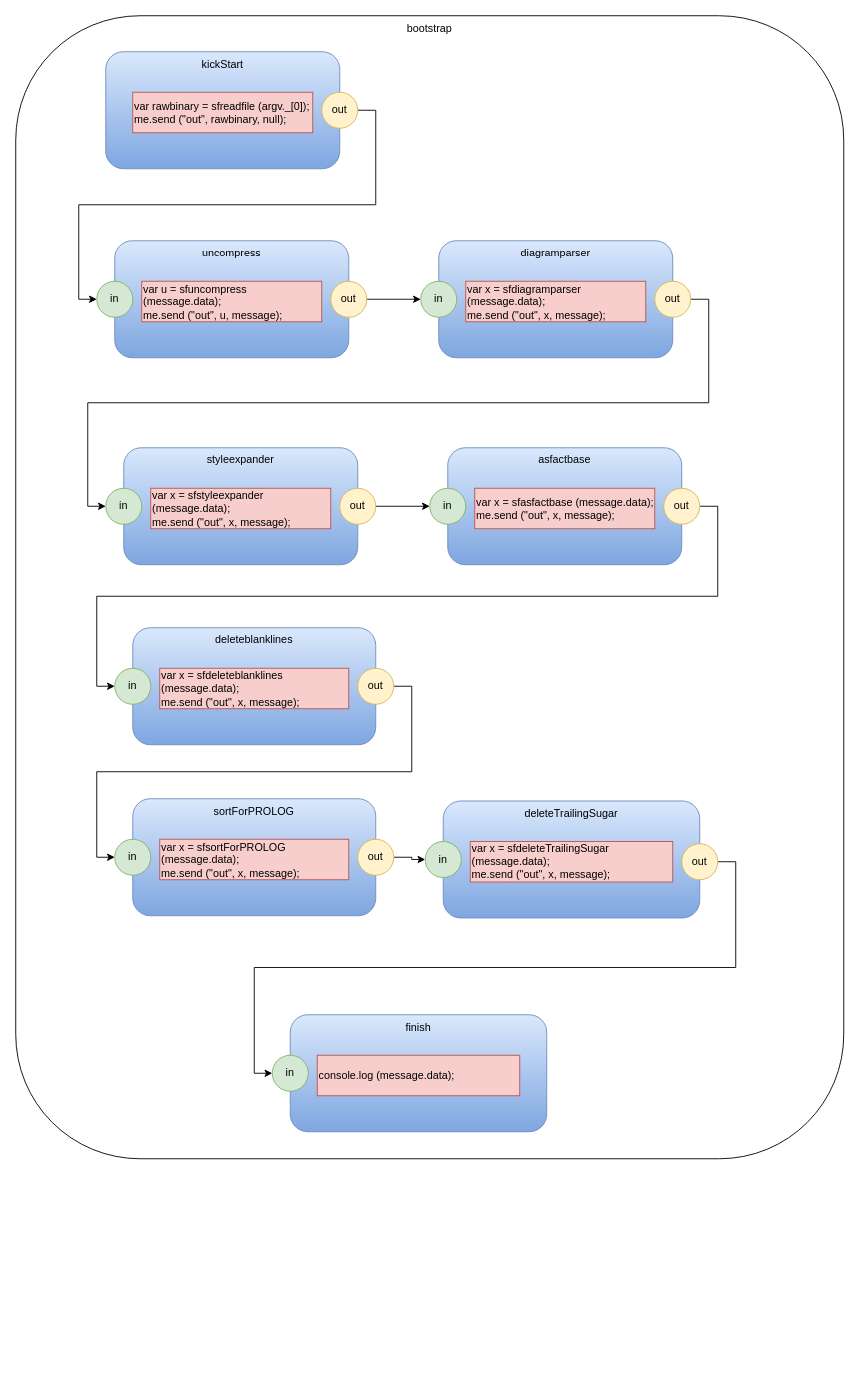
This is d2fb/d2f.drawio from guitarvydas/bootstrap, a draw.io file, before an edit. Source tidied: cells renumbered, new cells numbered last; positions are measured from the earlier drawing's top-left corner, leaving out a move shared by most shapes. Both pictures are drawn from the tidied source at 90%, with x=0, y=0 at pixel (15, 15).
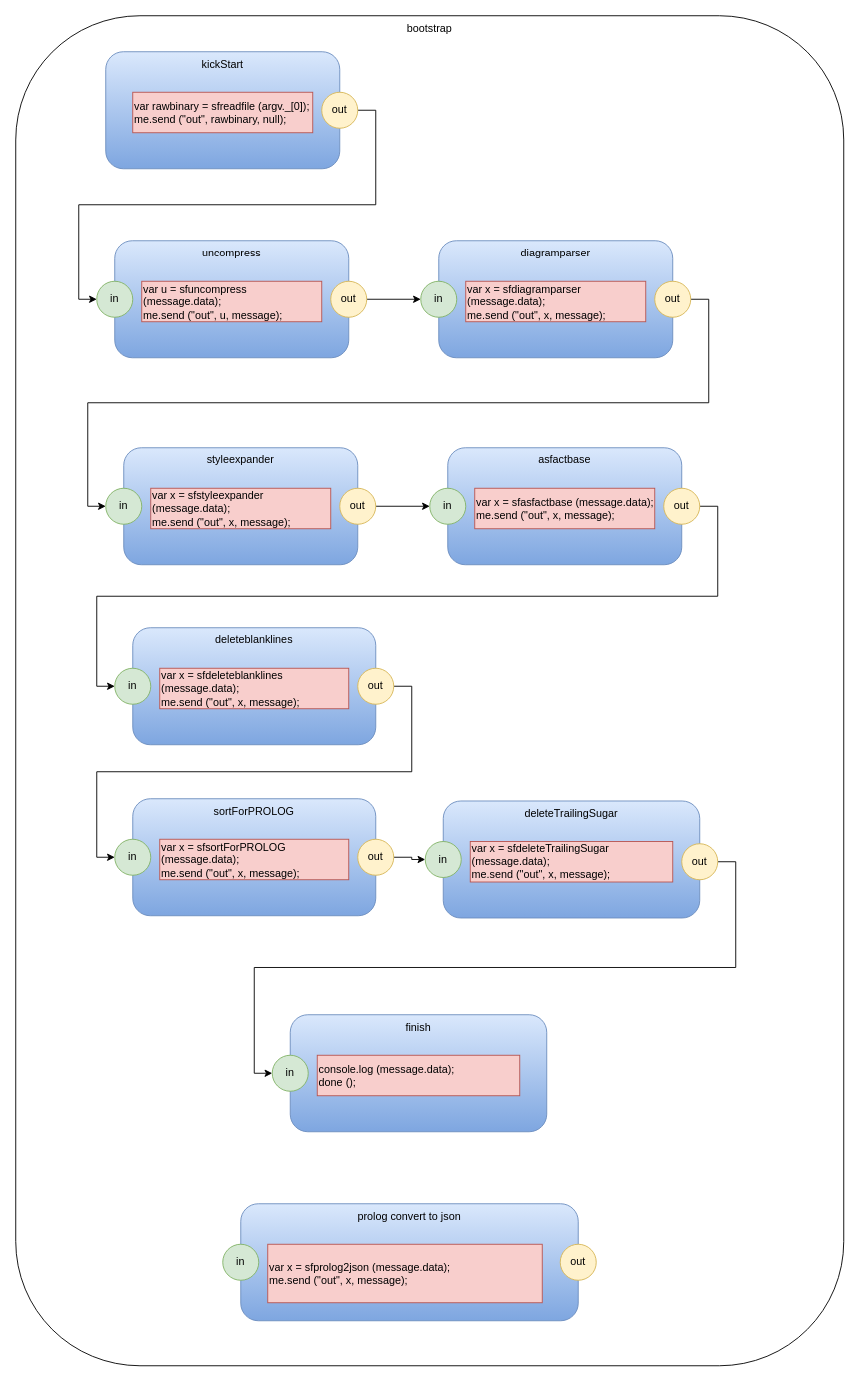
The same page after the edit.

Commit message (it also covers changes not shown here):
done message inserted into funcs.js

Change to the diagram source:
```diff
@@
     <mxCell id="2" value="bootstrap" style="rounded=1;whiteSpace=wrap;html=1;verticalAlign=top;" parent="1" vertex="1">
-      <mxGeometry width="920" height="1270" as="geometry" />
+      <mxGeometry width="920" height="1500" as="geometry" />
     </mxCell>
@@
-    <mxCell id="43" value="console.log (message.data);&lt;br&gt;&lt;div&gt;&lt;/div&gt;" style="rounded=0;whiteSpace=wrap;html=1;fillColor=#f8cecc;strokeColor=#b85450;align=left;" parent="1" vertex="1">
+    <mxCell id="43" value="console.log (message.data);&lt;br&gt;done ();&lt;br&gt;&lt;div&gt;&lt;/div&gt;" style="rounded=0;whiteSpace=wrap;html=1;fillColor=#f8cecc;strokeColor=#b85450;align=left;" parent="1" vertex="1">
       <mxGeometry x="335" y="1155" width="225" height="45" as="geometry" />
     </mxCell>
@@
+    <mxCell id="45" value="prolog convert to json" style="rounded=1;whiteSpace=wrap;html=1;gradientColor=#7ea6e0;fillColor=#dae8fc;strokeColor=#6c8ebf;verticalAlign=top;" parent="1" vertex="1">
+      <mxGeometry x="250" y="1320" width="375" height="130" as="geometry" />
+    </mxCell>
+    <mxCell id="46" value="var x = sfprolog2json (message.data);&lt;br&gt;me.send (&quot;out&quot;, x, message);&lt;br&gt;&lt;div&gt;&lt;/div&gt;" style="rounded=0;whiteSpace=wrap;html=1;fillColor=#f8cecc;strokeColor=#b85450;align=left;" parent="1" vertex="1">
+      <mxGeometry x="280" y="1365" width="305" height="65" as="geometry" />
+    </mxCell>
+    <mxCell id="47" value="in" style="ellipse;whiteSpace=wrap;html=1;fillColor=#d5e8d4;strokeColor=#82b366;" parent="1" vertex="1">
+      <mxGeometry x="230" y="1365" width="40" height="40" as="geometry" />
+    </mxCell>
+    <mxCell id="48" value="out" style="ellipse;whiteSpace=wrap;html=1;fillColor=#fff2cc;strokeColor=#d6b656;" parent="1" vertex="1">
+      <mxGeometry x="605" y="1365" width="40" height="40" as="geometry" />
+    </mxCell>
```
